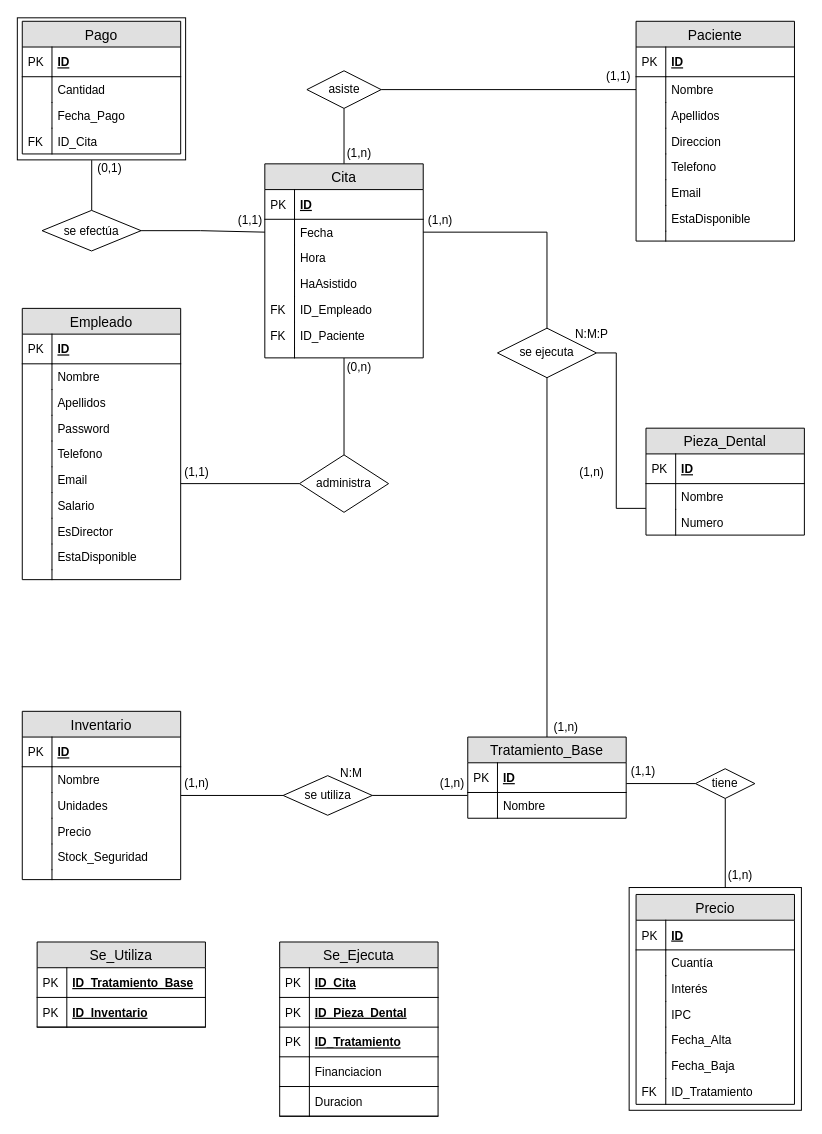
Above: Entidad-Relación/Clínica Dental - ER 7.drawio in xjmardia/ClinicaDental (draw.io), before the change. Source tidied: cells renumbered, new cells numbered last; positions are measured from the earlier drawing's top-left corner, leaving out a move shared by most shapes. Both pictures are drawn from the tidied source at 99%, with x=0, y=0 at pixel (17, 17).
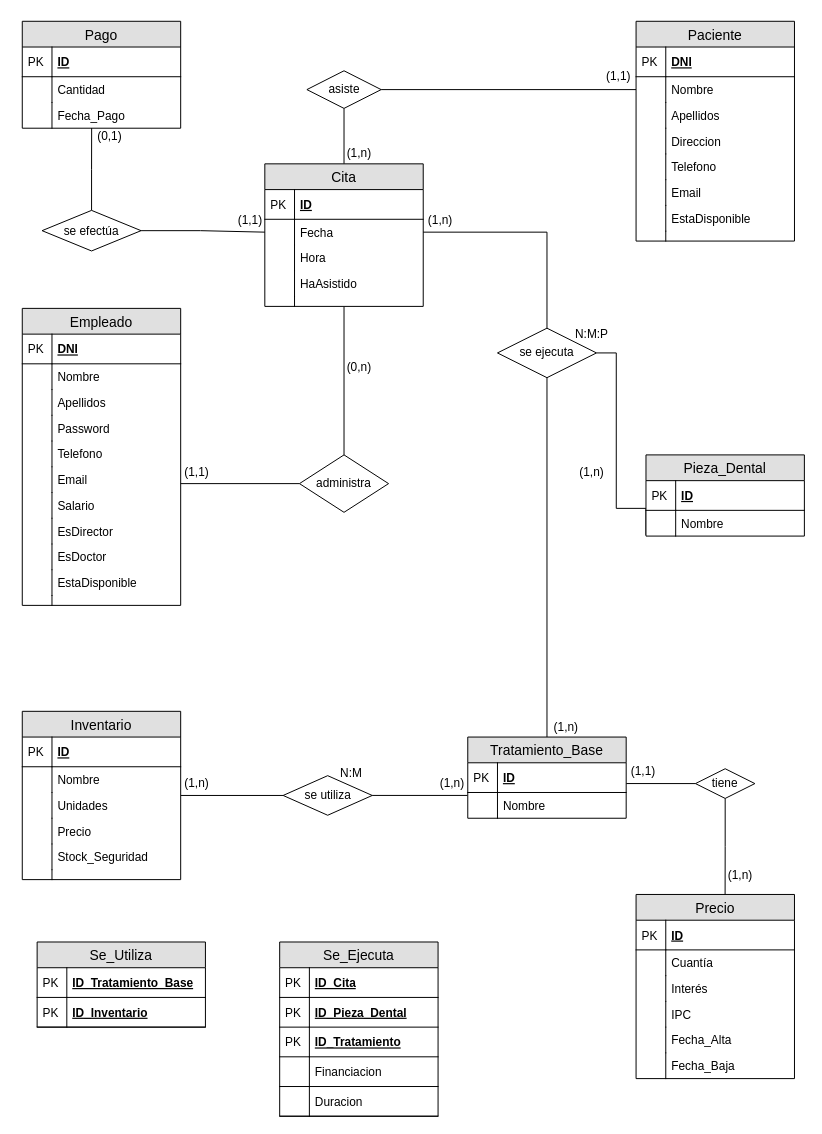
Above is the later version.

The change refers to these unchanged cells:
```xml
<mxCell id="48" value="Paciente" style="swimlane;fontStyle=0;horizontal=1;startSize=26;fillColor=#e0e0e0;swimlaneFillColor=#ffffff;align=center;fontSize=14;" parent="1" vertex="1">
  <mxGeometry x="625" y="4" width="160" height="222" as="geometry" />
</mxCell>
<mxCell id="74" value="Fecha_Pago" style="shape=partialRectangle;top=0;left=0;right=0;bottom=0;align=left;verticalAlign=top;fillColor=none;spacingLeft=34;spacingRight=4;overflow=hidden;points=[[0,0.5],[1,0.5]];portConstraint=eastwest;fontSize=12;" parent="69" vertex="1">
  <mxGeometry y="82" width="160" height="26" as="geometry" />
</mxCell>
<mxCell id="115" value="se efectúa" style="shape=rhombus;perimeter=rhombusPerimeter;whiteSpace=wrap;html=1;align=center;" parent="1" vertex="1">
  <mxGeometry x="25" y="195" width="100" height="41" as="geometry" />
</mxCell>
<mxCell id="153" value="tiene" style="shape=rhombus;perimeter=rhombusPerimeter;whiteSpace=wrap;html=1;align=center;fillColor=none;" parent="1" vertex="1">
  <mxGeometry x="685" y="759" width="60" height="30" as="geometry" />
</mxCell>
```

The edit, as a diff of the source:
```diff
@@
     <mxCell id="2" value="Empleado" style="swimlane;fontStyle=0;horizontal=1;startSize=26;fillColor=#e0e0e0;swimlaneFillColor=#ffffff;align=center;fontSize=14;" parent="1" vertex="1">
-      <mxGeometry x="5" y="294" width="160" height="274" as="geometry" />
+      <mxGeometry x="5" y="294" width="160" height="300" as="geometry" />
     </mxCell>
-    <mxCell id="3" value="ID" style="shape=partialRectangle;top=0;left=0;right=0;bottom=1;align=left;verticalAlign=middle;fillColor=none;spacingLeft=34;spacingRight=4;overflow=hidden;fontStyle=5;fontSize=12;" parent="2" vertex="1">
+    <mxCell id="3" value="DNI" style="shape=partialRectangle;top=0;left=0;right=0;bottom=1;align=left;verticalAlign=middle;fillColor=none;spacingLeft=34;spacingRight=4;overflow=hidden;fontStyle=5;fontSize=12;" parent="2" vertex="1">
       <mxGeometry y="26" width="160" height="30" as="geometry" />
     </mxCell>
@@
+    <mxCell id="156" value="EsDoctor" style="shape=partialRectangle;top=0;left=0;right=0;bottom=0;align=left;verticalAlign=top;fillColor=none;spacingLeft=34;spacingRight=4;overflow=hidden;fontSize=12;" parent="2" vertex="1">
+      <mxGeometry y="238" width="160" height="26" as="geometry" />
+    </mxCell>
+    <mxCell id="88" style="shape=partialRectangle;top=0;left=0;bottom=0;fillColor=none;align=left;verticalAlign=top;spacingLeft=4;spacingRight=4;overflow=hidden;fontSize=12;" parent="156" vertex="1">
+      <mxGeometry width="30" height="26" as="geometry" />
+    </mxCell>
     <mxCell id="19" value="EstaDisponible" style="shape=partialRectangle;top=0;left=0;right=0;bottom=0;align=left;verticalAlign=top;fillColor=none;spacingLeft=34;spacingRight=4;overflow=hidden;fontSize=12;" parent="2" vertex="1">
-      <mxGeometry y="238" width="160" height="26" as="geometry" />
+      <mxGeometry y="264" width="160" height="26" as="geometry" />
     </mxCell>
@@
     <mxCell id="21" style="shape=partialRectangle;top=0;left=0;right=0;bottom=0;align=left;verticalAlign=top;fillColor=none;spacingLeft=34;spacingRight=4;overflow=hidden;fontSize=12;" parent="2" vertex="1">
-      <mxGeometry y="264" width="160" height="10" as="geometry" />
+      <mxGeometry y="290" width="160" height="10" as="geometry" />
     </mxCell>
@@
     <mxCell id="27" value="Cita" style="swimlane;fontStyle=0;horizontal=1;startSize=26;fillColor=#e0e0e0;swimlaneFillColor=#ffffff;align=center;fontSize=14;" parent="1" vertex="1">
-      <mxGeometry x="250" y="148" width="160" height="196" as="geometry" />
+      <mxGeometry x="250" y="148" width="160" height="144" as="geometry" />
     </mxCell>
@@
-    <mxCell id="36" value="ID_Empleado" style="shape=partialRectangle;top=0;left=0;right=0;bottom=0;align=left;verticalAlign=top;fillColor=none;spacingLeft=34;spacingRight=4;overflow=hidden;fontSize=12;" parent="27" vertex="1">
-      <mxGeometry y="134" width="160" height="26" as="geometry" />
-    </mxCell>
-    <mxCell id="37" value="FK" style="shape=partialRectangle;top=0;left=0;bottom=0;fillColor=none;align=left;verticalAlign=top;spacingLeft=4;spacingRight=4;overflow=hidden;fontSize=12;" parent="36" vertex="1">
-      <mxGeometry width="30" height="26" as="geometry" />
-    </mxCell>
-    <mxCell id="38" value="ID_Paciente" style="shape=partialRectangle;top=0;left=0;right=0;bottom=0;align=left;verticalAlign=top;fillColor=none;spacingLeft=34;spacingRight=4;overflow=hidden;fontSize=12;" parent="27" vertex="1">
-      <mxGeometry y="160" width="160" height="26" as="geometry" />
-    </mxCell>
-    <mxCell id="39" value="FK" style="shape=partialRectangle;top=0;left=0;bottom=0;fillColor=none;align=left;verticalAlign=top;spacingLeft=4;spacingRight=4;overflow=hidden;fontSize=12;" parent="38" vertex="1">
-      <mxGeometry width="30" height="26" as="geometry" />
-    </mxCell>
     <mxCell id="40" style="shape=partialRectangle;top=0;left=0;right=0;bottom=0;align=left;verticalAlign=top;fillColor=none;spacingLeft=34;spacingRight=4;overflow=hidden;points=[[0,0.5],[1,0.5]];portConstraint=eastwest;fontSize=12;" parent="27" vertex="1">
-      <mxGeometry y="186" width="160" height="10" as="geometry" />
+      <mxGeometry y="134" width="160" height="10" as="geometry" />
     </mxCell>
@@
-    <mxCell id="49" value="ID" style="shape=partialRectangle;top=0;left=0;right=0;bottom=1;align=left;verticalAlign=middle;fillColor=none;spacingLeft=34;spacingRight=4;overflow=hidden;fontStyle=5;fontSize=12;" parent="48" vertex="1">
+    <mxCell id="49" value="DNI" style="shape=partialRectangle;top=0;left=0;right=0;bottom=1;align=left;verticalAlign=middle;fillColor=none;spacingLeft=34;spacingRight=4;overflow=hidden;fontStyle=5;fontSize=12;" parent="48" vertex="1">
       <mxGeometry y="26" width="160" height="30" as="geometry" />
     </mxCell>
@@
     <mxCell id="69" value="Pago" style="swimlane;fontStyle=0;horizontal=1;startSize=26;fillColor=#e0e0e0;swimlaneFillColor=#ffffff;align=center;fontSize=14;" parent="1" vertex="1">
-      <mxGeometry x="5" y="4" width="160" height="134" as="geometry" />
+      <mxGeometry x="5" y="4" width="160" height="108" as="geometry" />
     </mxCell>
@@
-    <mxCell id="76" value="ID_Cita" style="shape=partialRectangle;top=0;left=0;right=0;bottom=0;align=left;verticalAlign=top;fillColor=none;spacingLeft=34;spacingRight=4;overflow=hidden;fontSize=12;" parent="69" vertex="1">
-      <mxGeometry y="108" width="160" height="26" as="geometry" />
-    </mxCell>
-    <mxCell id="77" value="FK" style="shape=partialRectangle;top=0;left=0;bottom=0;fillColor=none;align=left;verticalAlign=top;spacingLeft=4;spacingRight=4;overflow=hidden;fontSize=12;" parent="76" vertex="1">
-      <mxGeometry width="30" height="26" as="geometry" />
-    </mxCell>
@@
-    <mxCell id="82" value="Pieza_Dental" style="swimlane;fontStyle=0;horizontal=1;startSize=26;fillColor=#e0e0e0;swimlaneFillColor=#ffffff;align=center;fontSize=14;" parent="1" vertex="1">
-      <mxGeometry x="635" y="415" width="160" height="108" as="geometry" />
-    </mxCell>
-    <mxCell id="83" value="ID" style="shape=partialRectangle;top=0;left=0;right=0;bottom=1;align=left;verticalAlign=middle;fillColor=none;spacingLeft=34;spacingRight=4;overflow=hidden;fontStyle=5;fontSize=12;" parent="82" vertex="1">
-      <mxGeometry y="26" width="160" height="30" as="geometry" />
-    </mxCell>
-    <mxCell id="84" value="PK" style="shape=partialRectangle;top=0;left=0;bottom=0;fillColor=none;align=left;verticalAlign=middle;spacingLeft=4;spacingRight=4;overflow=hidden;fontSize=12;" parent="83" vertex="1">
-      <mxGeometry width="30" height="30" as="geometry" />
-    </mxCell>
-    <mxCell id="85" value="Nombre" style="shape=partialRectangle;top=0;left=0;right=0;bottom=0;align=left;verticalAlign=top;fillColor=none;spacingLeft=34;spacingRight=4;overflow=hidden;points=[[0,0.5],[1,0.5]];portConstraint=eastwest;fontSize=12;" parent="82" vertex="1">
-      <mxGeometry y="56" width="160" height="26" as="geometry" />
-    </mxCell>
-    <mxCell id="86" style="shape=partialRectangle;top=0;left=0;bottom=0;fillColor=none;align=left;verticalAlign=top;spacingLeft=4;spacingRight=4;overflow=hidden;fontSize=12;" parent="85" vertex="1">
-      <mxGeometry width="30" height="26" as="geometry" />
-    </mxCell>
-    <mxCell id="87" value="Numero" style="shape=partialRectangle;top=0;left=0;right=0;bottom=0;align=left;verticalAlign=top;fillColor=none;spacingLeft=34;spacingRight=4;overflow=hidden;fontSize=12;" parent="82" vertex="1">
-      <mxGeometry y="82" width="160" height="26" as="geometry" />
-    </mxCell>
-    <mxCell id="88" style="shape=partialRectangle;top=0;left=0;bottom=0;fillColor=none;align=left;verticalAlign=top;spacingLeft=4;spacingRight=4;overflow=hidden;fontSize=12;" parent="87" vertex="1">
-      <mxGeometry width="30" height="26" as="geometry" />
-    </mxCell>
@@
-    <mxCell id="114" style="edgeStyle=orthogonalEdgeStyle;rounded=0;jettySize=auto;html=1;endArrow=none;endFill=0;entryX=0.442;entryY=1.002;entryDx=0;entryDy=0;entryPerimeter=0;" parent="1" edge="1" source="115" target="149">
-      <mxGeometry relative="1" as="geometry">
-        <Array as="points">
-          <mxPoint x="75" y="144" />
-        </Array>
-      </mxGeometry>
+    <mxCell id="114" style="edgeStyle=orthogonalEdgeStyle;rounded=0;jettySize=auto;html=1;endArrow=none;endFill=0;entryX=0.438;entryY=0.996;entryDx=0;entryDy=0;entryPerimeter=0;" parent="1" edge="1" source="115" target="74">
+      <mxGeometry relative="1" as="geometry" />
     </mxCell>
@@
     <mxCell id="116" value="(0,1)" style="text;html=1;align=center;verticalAlign=middle;" parent="1" vertex="1">
-      <mxGeometry x="73" y="143" width="40" height="20" as="geometry" />
+      <mxGeometry x="73" y="110" width="40" height="20" as="geometry" />
     </mxCell>
@@
+    <mxCell id="82" value="Pieza_Dental" style="swimlane;fontStyle=0;horizontal=1;startSize=26;fillColor=#e0e0e0;swimlaneFillColor=#ffffff;align=center;fontSize=14;" parent="1" vertex="1">
+      <mxGeometry x="635" y="442" width="160" height="82" as="geometry" />
+    </mxCell>
+    <mxCell id="83" value="ID" style="shape=partialRectangle;top=0;left=0;right=0;bottom=1;align=left;verticalAlign=middle;fillColor=none;spacingLeft=34;spacingRight=4;overflow=hidden;fontStyle=5;fontSize=12;" parent="82" vertex="1">
+      <mxGeometry y="26" width="160" height="30" as="geometry" />
+    </mxCell>
+    <mxCell id="84" value="PK" style="shape=partialRectangle;top=0;left=0;bottom=0;fillColor=none;align=left;verticalAlign=middle;spacingLeft=4;spacingRight=4;overflow=hidden;fontSize=12;" parent="83" vertex="1">
+      <mxGeometry width="30" height="30" as="geometry" />
+    </mxCell>
+    <mxCell id="85" value="Nombre" style="shape=partialRectangle;top=0;left=0;right=0;bottom=0;align=left;verticalAlign=top;fillColor=none;spacingLeft=34;spacingRight=4;overflow=hidden;points=[[0,0.5],[1,0.5]];portConstraint=eastwest;fontSize=12;" parent="82" vertex="1">
+      <mxGeometry y="56" width="160" height="26" as="geometry" />
+    </mxCell>
+    <mxCell id="86" style="shape=partialRectangle;top=0;left=0;bottom=0;fillColor=none;align=left;verticalAlign=top;spacingLeft=4;spacingRight=4;overflow=hidden;fontSize=12;" parent="85" vertex="1">
+      <mxGeometry width="30" height="26" as="geometry" />
+    </mxCell>
@@
     <mxCell id="134" value="Precio" style="swimlane;fontStyle=0;horizontal=1;startSize=26;fillColor=#e0e0e0;swimlaneFillColor=#ffffff;align=center;fontSize=14;" parent="1" vertex="1">
-      <mxGeometry x="625" y="886" width="160" height="212" as="geometry" />
+      <mxGeometry x="625" y="886" width="160" height="186" as="geometry" />
     </mxCell>
@@
-    <mxCell id="147" value="ID_Tratamiento" style="shape=partialRectangle;top=0;left=0;right=0;bottom=0;align=left;verticalAlign=top;fillColor=none;spacingLeft=34;spacingRight=4;overflow=hidden;fontSize=12;" parent="134" vertex="1">
-      <mxGeometry y="186" width="160" height="26" as="geometry" />
-    </mxCell>
-    <mxCell id="148" value="FK" style="shape=partialRectangle;top=0;left=0;bottom=0;fillColor=none;align=left;verticalAlign=top;spacingLeft=4;spacingRight=4;overflow=hidden;fontSize=12;" parent="147" vertex="1">
-      <mxGeometry width="30" height="26" as="geometry" />
-    </mxCell>
-    <mxCell id="149" style="rounded=0;whiteSpace=wrap;html=1;fillColor=none;" parent="1" vertex="1">
-      <mxGeometry y="0.5" width="170" height="143.5" as="geometry" />
-    </mxCell>
-    <mxCell id="150" style="rounded=0;whiteSpace=wrap;html=1;fillColor=none;" parent="1" vertex="1">
-      <mxGeometry x="618" y="879" width="174" height="225" as="geometry" />
-    </mxCell>
@@
-    <mxCell id="152" style="edgeStyle=orthogonalEdgeStyle;rounded=0;jettySize=auto;html=1;exitX=0.5;exitY=1;exitDx=0;exitDy=0;entryX=0.558;entryY=0.001;entryDx=0;entryDy=0;entryPerimeter=0;endArrow=none;endFill=0;" parent="1" edge="1" source="153" target="150">
-      <mxGeometry relative="1" as="geometry">
-        <Array as="points">
-          <mxPoint x="715" y="879" />
-          <mxPoint x="715" y="879" />
-        </Array>
-      </mxGeometry>
+    <mxCell id="152" style="edgeStyle=orthogonalEdgeStyle;rounded=0;jettySize=auto;html=1;exitX=0.5;exitY=1;exitDx=0;exitDy=0;entryX=0.562;entryY=-0.001;entryDx=0;entryDy=0;entryPerimeter=0;endArrow=none;endFill=0;" parent="1" edge="1" source="153" target="134">
+      <mxGeometry relative="1" as="geometry" />
     </mxCell>
```
